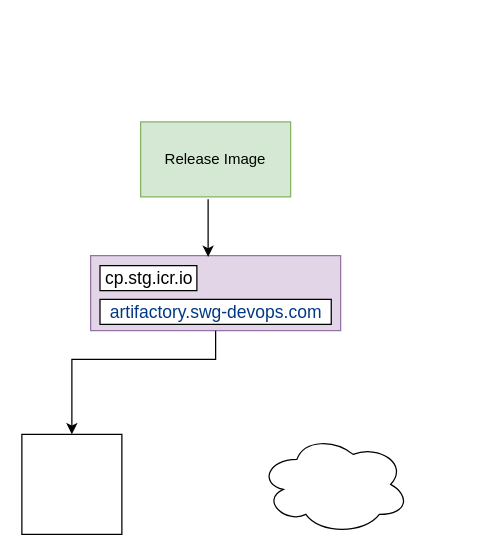
Before: assets/CD.drawio in ganisback/draw.io, a draw.io diagram. Source tidied: cells renumbered, new cells numbered last; positions are measured from the earlier drawing's top-left corner, leaving out a move shared by most shapes. Both pictures are drawn from the tidied source at 125%, with x=0, y=0 at pixel (21, 121). Pictures stored in the file or linked from it are replaced by grey dashed boxes.
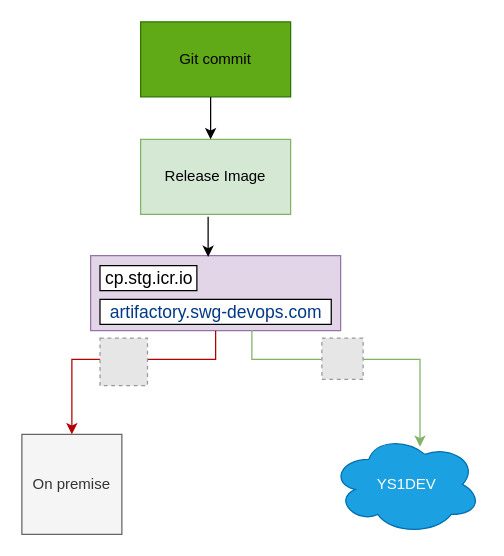
The same diagram, later.

The change refers to these unchanged cells:
```xml
<mxCell id="3" style="rounded=0;whiteSpace=wrap;html=1;fillColor=#e1d5e7;strokeColor=#9673a6;" parent="1" vertex="1">
  <mxGeometry x="55" y="107" width="200" height="60" as="geometry" />
</mxCell>
```

What changed in the source:
```diff
@@
     <mxCell id="2" value="Release Image" style="rounded=0;whiteSpace=wrap;html=1;fillColor=#d5e8d4;strokeColor=#82b366;" parent="1" vertex="1">
-      <mxGeometry x="95" width="120" height="60" as="geometry" />
+      <mxGeometry x="95" y="14" width="120" height="60" as="geometry" />
     </mxCell>
@@
-    <mxCell id="7" style="whiteSpace=wrap;html=1;" parent="1" vertex="1">
+    <mxCell id="7" value="On premise" style="whiteSpace=wrap;html=1;fillColor=#f5f5f5;fontColor=#333333;strokeColor=#666666;" parent="1" vertex="1">
       <mxGeometry y="250" width="80" height="80" as="geometry" />
     </mxCell>
-    <mxCell id="8" style="ellipse;shape=cloud;whiteSpace=wrap;html=1;" parent="1" vertex="1">
-      <mxGeometry x="190" y="250" width="120" height="80" as="geometry" />
+    <mxCell id="8" value="YS1DEV" style="ellipse;shape=cloud;whiteSpace=wrap;html=1;fillColor=#1ba1e2;fontColor=#ffffff;strokeColor=#006EAF;" parent="1" vertex="1">
+      <mxGeometry x="247.5" y="250" width="120" height="80" as="geometry" />
     </mxCell>
-    <mxCell id="9" style="edgeStyle=segmentEdgeStyle;endArrow=classic;html=1;rounded=0;exitX=0.5;exitY=1;exitDx=0;exitDy=0;entryX=0.5;entryY=0;entryDx=0;entryDy=0;" parent="1" edge="1" source="3" target="7">
+    <mxCell id="9" style="edgeStyle=segmentEdgeStyle;endArrow=classic;html=1;rounded=0;exitX=0.5;exitY=1;exitDx=0;exitDy=0;entryX=0.5;entryY=0;entryDx=0;entryDy=0;fillColor=#e51400;strokeColor=#B20000;" parent="1" edge="1" source="3" target="7">
       <mxGeometry relative="1" as="geometry">
         <Array as="points">
           <mxPoint x="155" y="190" />
           <mxPoint x="40" y="190" />
         </Array>
       </mxGeometry>
     </mxCell>
+    <mxCell id="10" style="edgeStyle=segmentEdgeStyle;endArrow=classic;html=1;rounded=0;exitX=0.555;exitY=1;exitDx=0;exitDy=0;entryX=0.583;entryY=0.125;entryDx=0;entryDy=0;exitPerimeter=0;entryPerimeter=0;fillColor=#d5e8d4;strokeColor=#82b366;" parent="1" edge="1">
+      <mxGeometry relative="1" as="geometry">
+        <mxPoint x="185" y="167" as="sourcePoint" />
+        <mxPoint x="318.5" y="260" as="targetPoint" />
+        <Array as="points">
+          <mxPoint x="184" y="167" />
+          <mxPoint x="184" y="190" />
+          <mxPoint x="319" y="190" />
+        </Array>
+      </mxGeometry>
+    </mxCell>
+    <mxCell id="11" style="fillColor=#E6E6E6;strokeColor=#999999;dashed=1;html=1;verticalAlign=top;verticalLabelPosition=bottom;labelBackgroundColor=#FF0000;fontColor=#FF0000;" parent="1" vertex="1">
+      <mxGeometry x="62.5" y="173" width="38" height="38" as="geometry" />
+    </mxCell>
+    <mxCell id="12" style="fillColor=#E6E6E6;strokeColor=#999999;dashed=1;html=1;verticalAlign=top;verticalLabelPosition=bottom;labelBackgroundColor=#FFFFFF;fontColor=#FF0000;" parent="1" vertex="1">
+      <mxGeometry x="240" y="173" width="33" height="33" as="geometry" />
+    </mxCell>
+    <mxCell id="13" value="&lt;font style=&quot;&quot; color=&quot;#000000&quot;&gt;Git commit&lt;/font&gt;" style="rounded=0;whiteSpace=wrap;html=1;labelBackgroundColor=none;fontColor=#ffffff;fillColor=#60a917;strokeColor=#2D7600;" parent="1" vertex="1">
+      <mxGeometry x="95" y="-80" width="120" height="60" as="geometry" />
+    </mxCell>
+    <mxCell id="14" style="endArrow=classic;html=1;rounded=0;fontColor=#000000;" parent="1" edge="1">
+      <mxGeometry relative="1" as="geometry">
+        <mxPoint x="151" y="-20" as="sourcePoint" />
+        <mxPoint x="151" y="14" as="targetPoint" />
+      </mxGeometry>
+    </mxCell>
```
